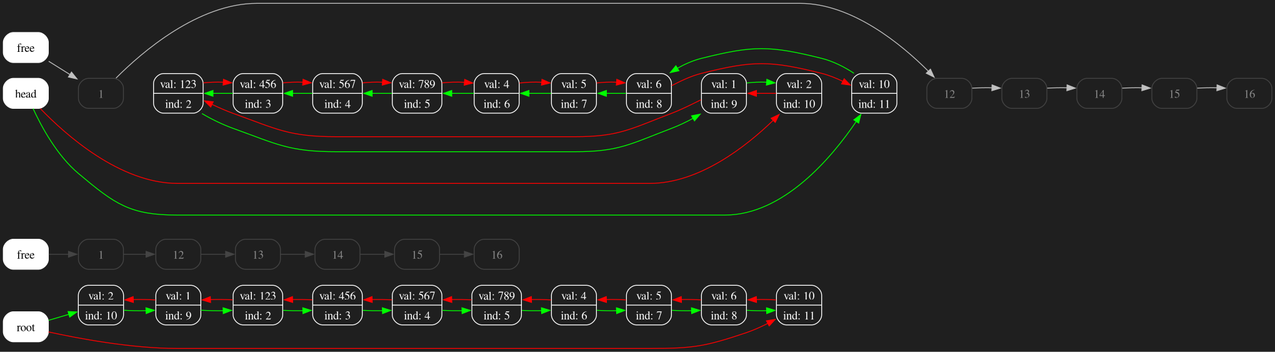
This is graph.png from senyaa1/list, a Graphviz export, as it was before one commit. Its source is kept beside it as graph.dot.
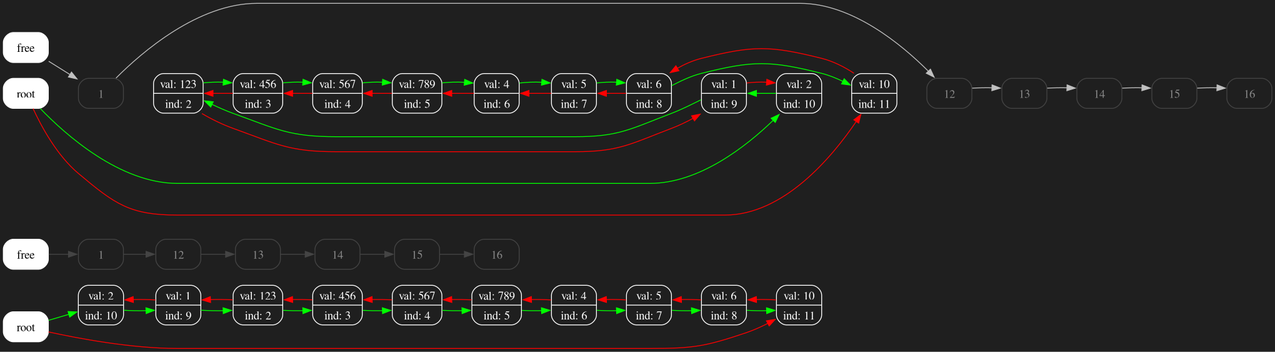
Later version of the same file.

What changed in the source:
```diff
@@ -46,7 +46,7 @@
 "_13" -> "_14"[color="#444444"; fontcolor="green"];
 "_14" -> "_15"[color="#444444"; fontcolor="green"];
 "_15" -> "_16"[color="#444444"; fontcolor="green"];
-"physical_0"[style=filled; color="#FFFFFF";fontcolor="#000000";label="head"];
+"physical_0"[style=filled; color="#FFFFFF";fontcolor="#000000";label="root"];
 "physical_free"[style=filled; color="#FFFFFF";fontcolor="#000000";label="free"];
 "physical_free" -> "physical_1"[color=gray];
 "physical_1"[color="#444444";fontcolor="#888888";label="1"];
@@ -82,26 +82,26 @@
 "physical_16"[color="#444444";fontcolor="#888888";label="16"];
 "physical_15" -> "physical_16"[color=invis; thickness=1000; weight="10000"];
 "physical_1" -> "physical_12"[color=gray];
-"physical_3" -> "physical_2"[color=green];
-"physical_9" -> "physical_2"[color=red];
-"physical_4" -> "physical_3"[color=green];
-"physical_2" -> "physical_3"[color=red];
-"physical_5" -> "physical_4"[color=green];
-"physical_3" -> "physical_4"[color=red];
-"physical_6" -> "physical_5"[color=green];
-"physical_4" -> "physical_5"[color=red];
-"physical_7" -> "physical_6"[color=green];
-"physical_5" -> "physical_6"[color=red];
-"physical_8" -> "physical_7"[color=green];
-"physical_6" -> "physical_7"[color=red];
-"physical_11" -> "physical_8"[color=green];
-"physical_7" -> "physical_8"[color=red];
-"physical_2" -> "physical_9"[color=green];
-"physical_10" -> "physical_9"[color=red];
-"physical_9" -> "physical_10"[color=green];
-"physical_0" -> "physical_10"[color=red];
-"physical_0" -> "physical_11"[color=green];
-"physical_8" -> "physical_11"[color=red];
+"physical_3" -> "physical_2"[color=red];
+"physical_9" -> "physical_2"[color=green];
+"physical_4" -> "physical_3"[color=red];
+"physical_2" -> "physical_3"[color=green];
+"physical_5" -> "physical_4"[color=red];
+"physical_3" -> "physical_4"[color=green];
+"physical_6" -> "physical_5"[color=red];
+"physical_4" -> "physical_5"[color=green];
+"physical_7" -> "physical_6"[color=red];
+"physical_5" -> "physical_6"[color=green];
+"physical_8" -> "physical_7"[color=red];
+"physical_6" -> "physical_7"[color=green];
+"physical_11" -> "physical_8"[color=red];
+"physical_7" -> "physical_8"[color=green];
+"physical_2" -> "physical_9"[color=red];
+"physical_10" -> "physical_9"[color=green];
+"physical_9" -> "physical_10"[color=red];
+"physical_0" -> "physical_10"[color=green];
+"physical_0" -> "physical_11"[color=red];
+"physical_8" -> "physical_11"[color=green];
 "physical_12" -> "physical_13"[color=gray];
 "physical_13" -> "physical_14"[color=gray];
 "physical_14" -> "physical_15"[color=gray];
```
